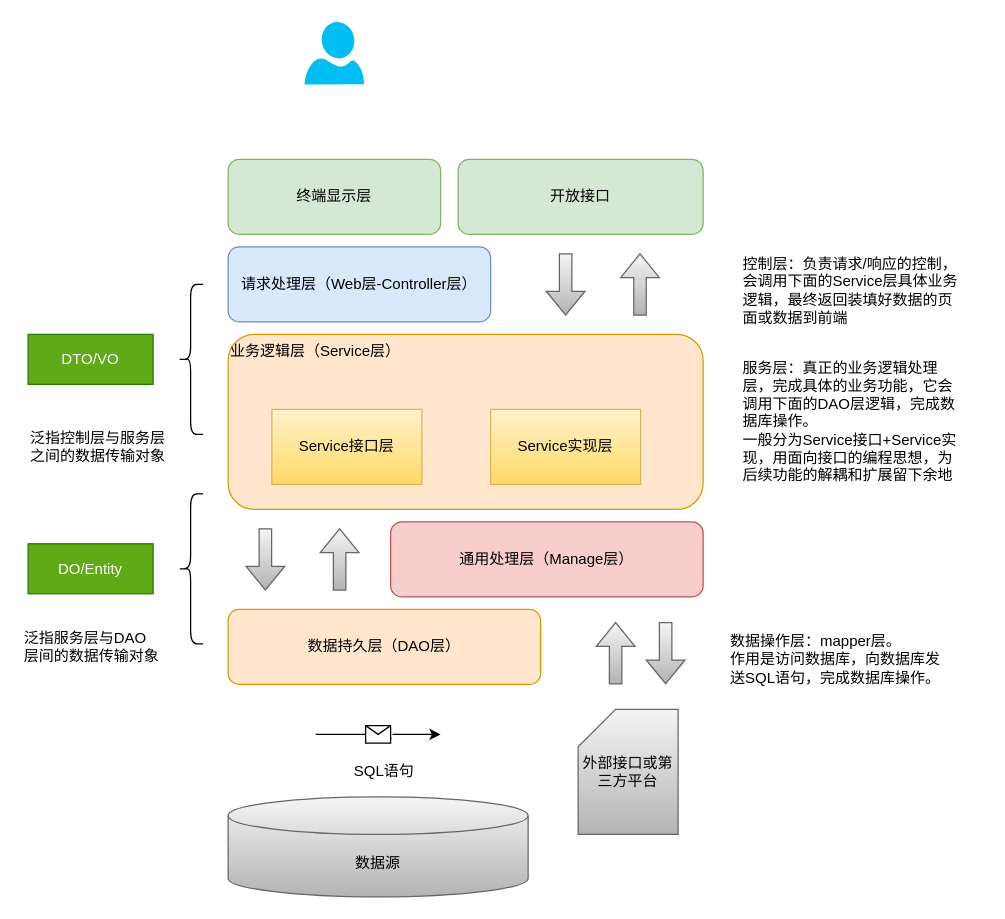
Earlier version of the draw.io diagram framework/Java项目工程结构.drawio (weihuohuayi/draw.io). Source tidied: cells renumbered, new cells numbered last; positions are measured from the earlier drawing's top-left corner, leaving out a move shared by most shapes. Both pictures are drawn from the tidied source at 125%, with x=0, y=0 at pixel (21, 21).
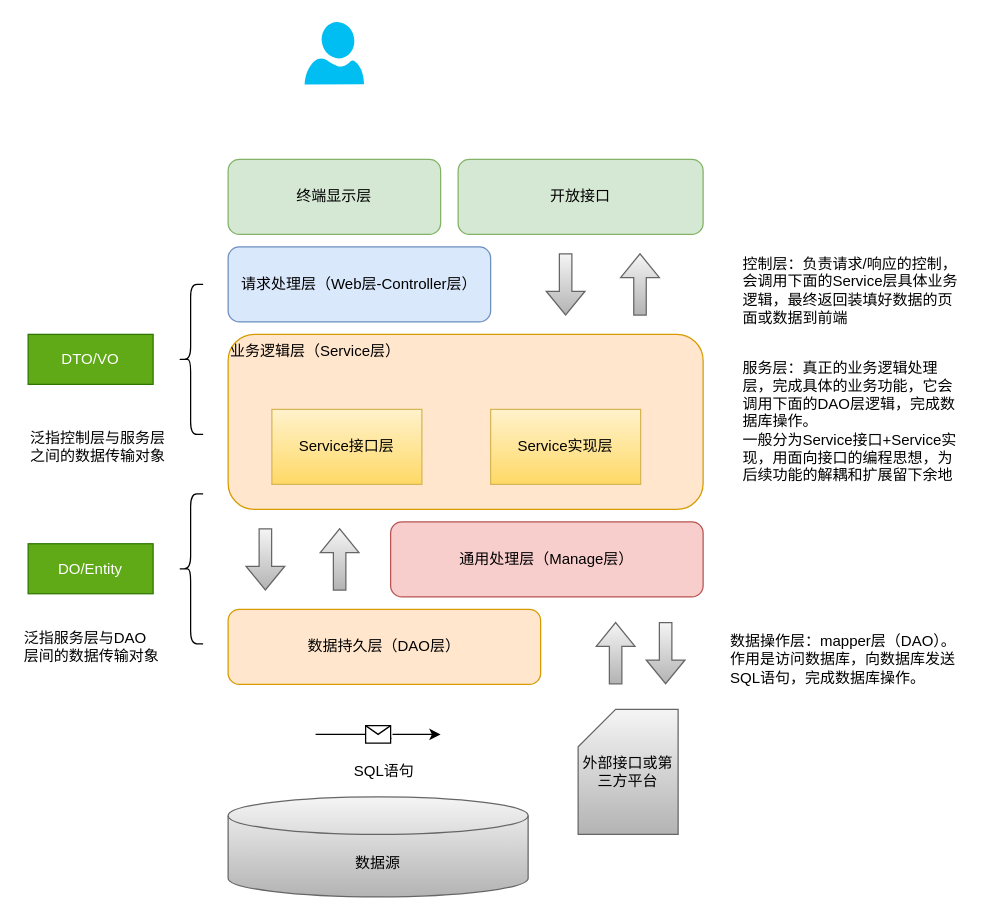
Above is the later version.

Commit message:
Update Java项目工程结构.drawio

Diff of the diagram source:
```diff
@@
-    <mxCell id="19" value="数据操作层：mapper层。&lt;br&gt;作用是访问数据库，向数据库发送SQL语句，完成数据库操作。" style="text;html=1;strokeColor=none;fillColor=none;align=left;verticalAlign=middle;whiteSpace=wrap;rounded=0;" parent="1" vertex="1">
-      <mxGeometry x="565" y="480" width="180" height="60" as="geometry" />
+    <mxCell id="19" value="数据操作层：mapper层（DAO）。&lt;br&gt;作用是访问数据库，向数据库发送SQL语句，完成数据库操作。" style="text;html=1;strokeColor=none;fillColor=none;align=left;verticalAlign=middle;whiteSpace=wrap;rounded=0;" parent="1" vertex="1">
+      <mxGeometry x="565" y="480" width="205" height="60" as="geometry" />
     </mxCell>
```
